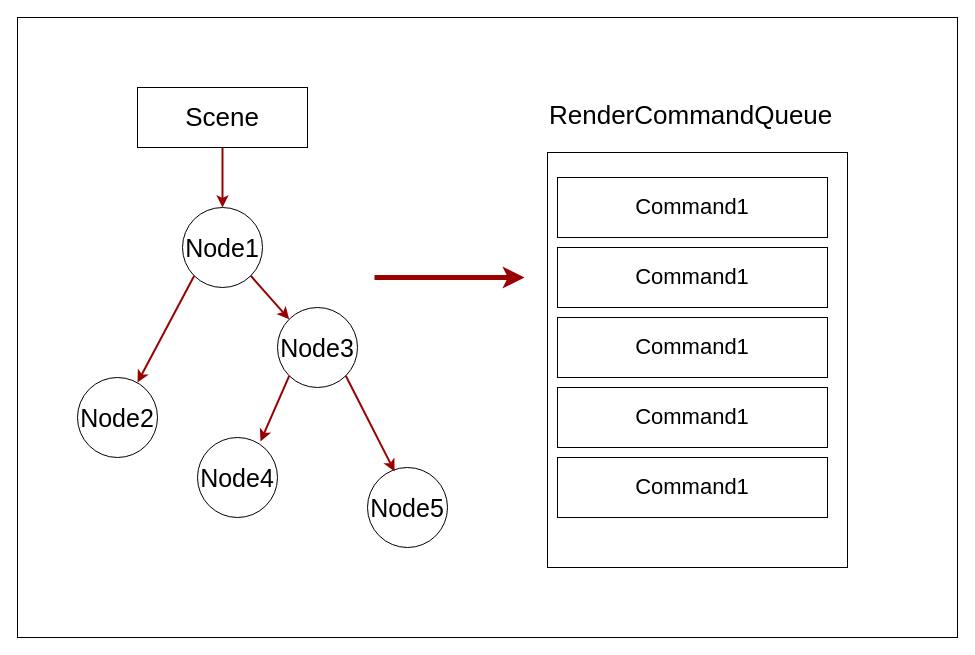
The draw.io diagram cocos_render_command.drawio in imzoer/imzoer.github.io, before the edit. Source tidied: cells renumbered, new cells numbered last; positions are measured from the earlier drawing's top-left corner, leaving out a move shared by most shapes. Both pictures are drawn from the tidied source at 100%, with x=0, y=0 at pixel (17, 17).
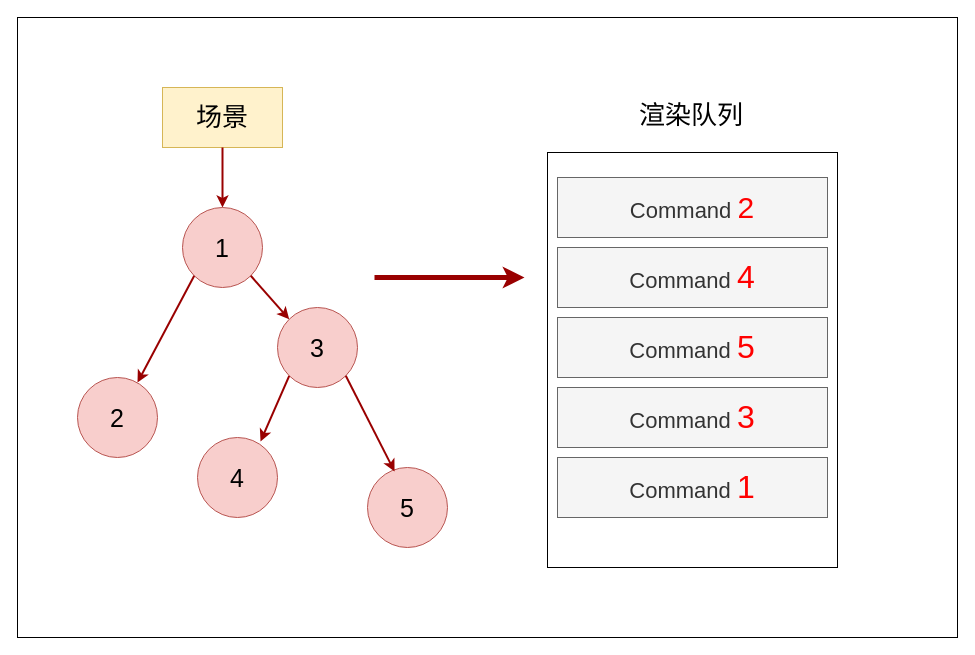
The same page after the edit.

Change to the diagram source:
```diff
@@
-    <mxCell id="3" value="&lt;font style=&quot;font-size: 26px&quot;&gt;Scene&lt;/font&gt;" style="rounded=0;whiteSpace=wrap;html=1;" parent="1" vertex="1">
-      <mxGeometry x="120" y="70" width="170" height="60" as="geometry" />
+    <mxCell id="3" value="&lt;font style=&quot;font-size: 26px&quot;&gt;场景&lt;/font&gt;" style="rounded=0;whiteSpace=wrap;html=1;fillColor=#fff2cc;strokeColor=#d6b656;" parent="1" vertex="1">
+      <mxGeometry x="145" y="70" width="120" height="60" as="geometry" />
     </mxCell>
-    <mxCell id="4" value="&lt;font style=&quot;font-size: 25px&quot;&gt;Node1&lt;/font&gt;" style="ellipse;whiteSpace=wrap;html=1;" parent="1" vertex="1">
+    <mxCell id="4" value="&lt;font style=&quot;font-size: 25px&quot;&gt;1&lt;/font&gt;" style="ellipse;whiteSpace=wrap;html=1;fillColor=#f8cecc;strokeColor=#b85450;" parent="1" vertex="1">
       <mxGeometry x="165" y="190" width="80" height="80" as="geometry" />
     </mxCell>
@@
-    <mxCell id="6" value="&lt;font style=&quot;font-size: 25px&quot;&gt;Node2&lt;/font&gt;" style="ellipse;whiteSpace=wrap;html=1;" parent="1" vertex="1">
+    <mxCell id="6" value="&lt;font style=&quot;font-size: 25px&quot;&gt;2&lt;/font&gt;" style="ellipse;whiteSpace=wrap;html=1;fillColor=#f8cecc;strokeColor=#b85450;" parent="1" vertex="1">
       <mxGeometry x="60" y="360" width="80" height="80" as="geometry" />
     </mxCell>
@@
-    <mxCell id="8" value="&lt;font style=&quot;font-size: 25px&quot;&gt;Node3&lt;/font&gt;" style="ellipse;whiteSpace=wrap;html=1;" parent="1" vertex="1">
+    <mxCell id="8" value="&lt;font style=&quot;font-size: 25px&quot;&gt;3&lt;/font&gt;" style="ellipse;whiteSpace=wrap;html=1;fillColor=#f8cecc;strokeColor=#b85450;" parent="1" vertex="1">
       <mxGeometry x="260" y="290" width="80" height="80" as="geometry" />
     </mxCell>
@@
-    <mxCell id="10" value="&lt;font style=&quot;font-size: 25px&quot;&gt;Node4&lt;/font&gt;" style="ellipse;whiteSpace=wrap;html=1;" parent="1" vertex="1">
+    <mxCell id="10" value="&lt;font style=&quot;font-size: 25px&quot;&gt;4&lt;/font&gt;" style="ellipse;whiteSpace=wrap;html=1;fillColor=#f8cecc;strokeColor=#b85450;" parent="1" vertex="1">
       <mxGeometry x="180" y="420" width="80" height="80" as="geometry" />
     </mxCell>
-    <mxCell id="11" value="&lt;font style=&quot;font-size: 25px&quot;&gt;Node5&lt;/font&gt;" style="ellipse;whiteSpace=wrap;html=1;" parent="1" vertex="1">
+    <mxCell id="11" value="&lt;font style=&quot;font-size: 25px&quot;&gt;5&lt;/font&gt;" style="ellipse;whiteSpace=wrap;html=1;fillColor=#f8cecc;strokeColor=#b85450;" parent="1" vertex="1">
       <mxGeometry x="350" y="450" width="80" height="80" as="geometry" />
     </mxCell>
@@
-    <mxCell id="15" value="&lt;font style=&quot;font-size: 26px&quot;&gt;RenderCommandQueue&lt;/font&gt;" style="text;html=1;align=left;verticalAlign=top;spacingTop=-4;" parent="1" vertex="1">
-      <mxGeometry x="530" y="80" width="300" height="20" as="geometry" />
+    <mxCell id="15" value="&lt;span style=&quot;font-size: 26px&quot;&gt;渲染队列&lt;/span&gt;" style="text;html=1;align=left;verticalAlign=top;spacingTop=-4;" parent="1" vertex="1">
+      <mxGeometry x="620" y="80" width="120" height="20" as="geometry" />
     </mxCell>
     <mxCell id="16" style="whiteSpace=wrap;html=1;" parent="1" vertex="1">
-      <mxGeometry x="530" y="135" width="300" height="415" as="geometry" />
+      <mxGeometry x="530" y="135" width="290" height="415" as="geometry" />
     </mxCell>
-    <mxCell id="17" value="&lt;font style=&quot;font-size: 22px&quot;&gt;Command1&lt;/font&gt;" style="rounded=0;whiteSpace=wrap;html=1;" parent="1" vertex="1">
+    <mxCell id="17" value="&lt;font&gt;&lt;span style=&quot;font-size: 22px&quot;&gt;Command &lt;/span&gt;&lt;font color=&quot;#ff0000&quot; style=&quot;font-size: 30px&quot;&gt;2&lt;/font&gt;&lt;/font&gt;" style="rounded=0;whiteSpace=wrap;html=1;fillColor=#f5f5f5;strokeColor=#666666;fontColor=#333333;fontStyle=0;" parent="1" vertex="1">
       <mxGeometry x="540" y="160" width="270" height="60" as="geometry" />
     </mxCell>
-    <mxCell id="18" value="&lt;font style=&quot;font-size: 22px&quot;&gt;Command1&lt;/font&gt;" style="rounded=0;whiteSpace=wrap;html=1;" parent="1" vertex="1">
+    <mxCell id="18" value="&lt;font&gt;&lt;span style=&quot;font-size: 22px&quot;&gt;Command &lt;/span&gt;&lt;font color=&quot;#ff0000&quot; style=&quot;font-size: 32px&quot;&gt;4&lt;/font&gt;&lt;/font&gt;" style="rounded=0;whiteSpace=wrap;html=1;fillColor=#f5f5f5;strokeColor=#666666;fontColor=#333333;fontStyle=0;" parent="1" vertex="1">
       <mxGeometry x="540" y="230" width="270" height="60" as="geometry" />
     </mxCell>
-    <mxCell id="19" value="&lt;font style=&quot;font-size: 22px&quot;&gt;Command1&lt;/font&gt;" style="rounded=0;whiteSpace=wrap;html=1;" parent="1" vertex="1">
+    <mxCell id="19" value="&lt;font&gt;&lt;span style=&quot;font-size: 22px&quot;&gt;Command &lt;/span&gt;&lt;font color=&quot;#ff0000&quot; style=&quot;font-size: 32px&quot;&gt;5&lt;/font&gt;&lt;/font&gt;" style="rounded=0;whiteSpace=wrap;html=1;fillColor=#f5f5f5;strokeColor=#666666;fontColor=#333333;fontStyle=0;" parent="1" vertex="1">
       <mxGeometry x="540" y="300" width="270" height="60" as="geometry" />
     </mxCell>
-    <mxCell id="20" value="&lt;font style=&quot;font-size: 22px&quot;&gt;Command1&lt;/font&gt;" style="rounded=0;whiteSpace=wrap;html=1;" parent="1" vertex="1">
+    <mxCell id="20" value="&lt;font&gt;&lt;span style=&quot;font-size: 22px&quot;&gt;Command &lt;/span&gt;&lt;font color=&quot;#ff0000&quot; style=&quot;font-size: 32px&quot;&gt;3&lt;/font&gt;&lt;/font&gt;" style="rounded=0;whiteSpace=wrap;html=1;fillColor=#f5f5f5;strokeColor=#666666;fontColor=#333333;fontStyle=0;" parent="1" vertex="1">
       <mxGeometry x="540" y="370" width="270" height="60" as="geometry" />
     </mxCell>
-    <mxCell id="21" value="&lt;font style=&quot;font-size: 22px&quot;&gt;Command1&lt;/font&gt;" style="rounded=0;whiteSpace=wrap;html=1;" parent="1" vertex="1">
+    <mxCell id="21" value="&lt;font&gt;&lt;span style=&quot;font-size: 22px&quot;&gt;Command &lt;/span&gt;&lt;font color=&quot;#ff0000&quot; style=&quot;font-size: 32px&quot;&gt;1&lt;/font&gt;&lt;/font&gt;" style="rounded=0;whiteSpace=wrap;html=1;fillColor=#f5f5f5;strokeColor=#666666;fontColor=#333333;fontStyle=0;" parent="1" vertex="1">
       <mxGeometry x="540" y="440" width="270" height="60" as="geometry" />
     </mxCell>
```
